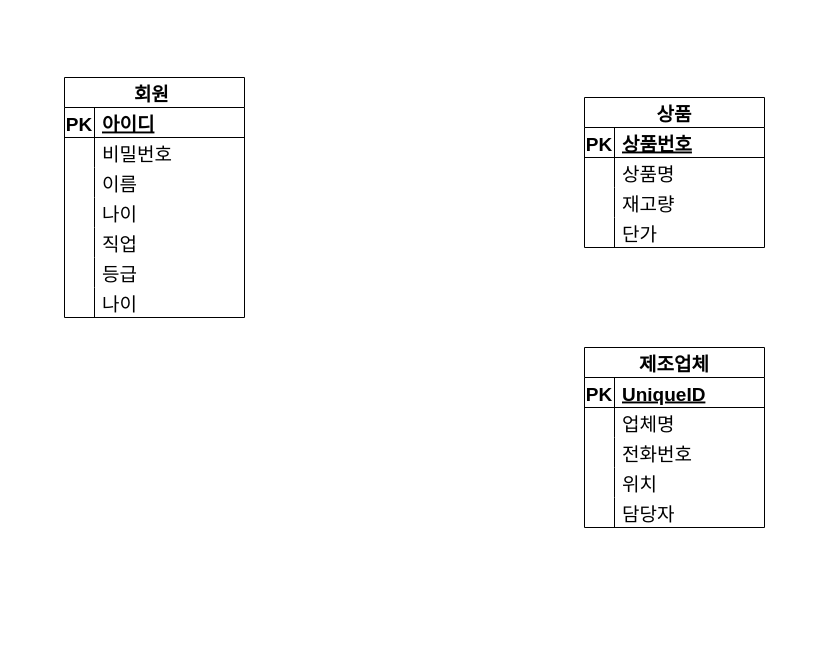
taetaerrr/oraclesource keeps this draw.io diagram as page "Page-2" (2 of 4) of erd/hanbit.drawio. Above is the earlier version. Source tidied: cells renumbered, new cells numbered last; positions are measured from the earlier drawing's top-left corner, leaving out a move shared by most shapes. Both pictures are drawn from the tidied source at 100%, with x=0, y=0 at pixel (64, 77).
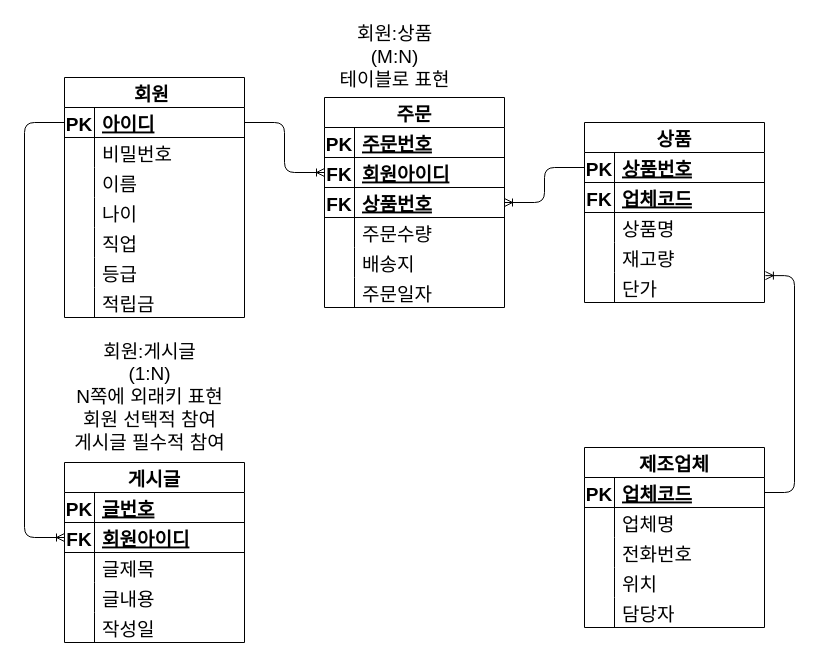
The same diagram, later.

The change refers to these unchanged cells:
```xml
<mxCell id="3" style="shape=tableRow;horizontal=0;startSize=0;swimlaneHead=0;swimlaneBody=0;fillColor=none;points=[[0,0.5],[1,0.5]];portConstraint=eastwest;top=0;left=0;right=0;bottom=1;fontSize=19;" parent="2" vertex="1">
  <mxGeometry y="30" width="180" height="30" as="geometry" />
</mxCell>
<mxCell id="16" style="shape=tableRow;horizontal=0;startSize=0;swimlaneHead=0;swimlaneBody=0;fillColor=none;points=[[0,0.5],[1,0.5]];portConstraint=eastwest;top=0;left=0;right=0;bottom=1;fontSize=19;" parent="15" vertex="1">
  <mxGeometry y="30" width="180" height="30" as="geometry" />
</mxCell>
<mxCell id="34" style="shape=tableRow;horizontal=0;startSize=0;swimlaneHead=0;swimlaneBody=0;fillColor=none;top=0;left=0;right=0;bottom=0;fontSize=19;" parent="15" vertex="1">
  <mxGeometry y="210" width="180" height="30" as="geometry" />
</mxCell>
<mxCell id="38" style="shape=tableRow;horizontal=0;startSize=0;swimlaneHead=0;swimlaneBody=0;fillColor=none;points=[[0,0.5],[1,0.5]];portConstraint=eastwest;top=0;left=0;right=0;bottom=1;fontSize=19;" parent="37" vertex="1">
  <mxGeometry y="30" width="180" height="30" as="geometry" />
</mxCell>
```

The edit, as a diff of the source:
```diff
@@
     <mxCell id="2" value="상품" style="shape=table;startSize=30;childLayout=tableLayout;rowLines=0;fontStyle=1;align=center;fontSize=19;" parent="1" vertex="1">
-      <mxGeometry x="520" y="20" width="180" height="150" as="geometry" />
+      <mxGeometry x="520" y="45" width="180" height="180" as="geometry" />
     </mxCell>
@@
+    <mxCell id="53" style="shape=tableRow;horizontal=0;startSize=0;swimlaneHead=0;swimlaneBody=0;fillColor=none;top=0;left=0;right=0;bottom=1;fontSize=19;" parent="2" vertex="1">
+      <mxGeometry y="60" width="180" height="30" as="geometry" />
+    </mxCell>
+    <mxCell id="54" value="FK" style="shape=partialRectangle;fillColor=none;top=0;left=0;bottom=0;right=0;fontStyle=1;overflow=hidden;fontSize=19;" parent="53" vertex="1">
+      <mxGeometry width="30" height="30" as="geometry" />
+    </mxCell>
+    <mxCell id="55" value="업체코드" style="shape=partialRectangle;fillColor=none;top=0;left=0;bottom=0;right=0;align=left;spacingLeft=6;fontStyle=5;overflow=hidden;fontSize=19;" parent="53" vertex="1">
+      <mxGeometry x="30" width="150" height="30" as="geometry" />
+    </mxCell>
     <mxCell id="6" style="shape=tableRow;horizontal=0;startSize=0;swimlaneHead=0;swimlaneBody=0;fillColor=none;top=0;left=0;right=0;bottom=0;fontSize=19;" parent="2" vertex="1">
-      <mxGeometry y="60" width="180" height="30" as="geometry" />
+      <mxGeometry y="90" width="180" height="30" as="geometry" />
     </mxCell>
@@
     <mxCell id="9" style="shape=tableRow;horizontal=0;startSize=0;swimlaneHead=0;swimlaneBody=0;fillColor=none;top=0;left=0;right=0;bottom=0;fontSize=19;" parent="2" vertex="1">
-      <mxGeometry y="90" width="180" height="30" as="geometry" />
+      <mxGeometry y="120" width="180" height="30" as="geometry" />
     </mxCell>
@@
     <mxCell id="12" style="shape=tableRow;horizontal=0;startSize=0;swimlaneHead=0;swimlaneBody=0;fillColor=none;points=[[0,0.5],[1,0.5]];portConstraint=eastwest;top=0;left=0;right=0;bottom=0;fontSize=19;" parent="2" vertex="1">
-      <mxGeometry y="120" width="180" height="30" as="geometry" />
+      <mxGeometry y="150" width="180" height="30" as="geometry" />
     </mxCell>
@@
-    <mxCell id="36" value="나이" style="shape=partialRectangle;fillColor=none;top=0;left=0;bottom=0;right=0;align=left;spacingLeft=6;overflow=hidden;fontSize=19;" parent="34" vertex="1">
+    <mxCell id="36" value="적립금" style="shape=partialRectangle;fillColor=none;top=0;left=0;bottom=0;right=0;align=left;spacingLeft=6;overflow=hidden;fontSize=19;" parent="34" vertex="1">
       <mxGeometry x="30" width="150" height="30" as="geometry" />
     </mxCell>
     <mxCell id="37" value="제조업체" style="shape=table;startSize=30;childLayout=tableLayout;rowLines=0;fontStyle=1;align=center;fontSize=19;" parent="1" vertex="1">
-      <mxGeometry x="520" y="270" width="180" height="180" as="geometry" />
+      <mxGeometry x="520" y="370" width="180" height="180" as="geometry" />
     </mxCell>
@@
-    <mxCell id="40" value="UniqueID" style="shape=partialRectangle;fillColor=none;top=0;left=0;bottom=0;right=0;align=left;spacingLeft=6;fontStyle=5;overflow=hidden;fontSize=19;" parent="38" vertex="1">
+    <mxCell id="40" value="업체코드" style="shape=partialRectangle;fillColor=none;top=0;left=0;bottom=0;right=0;align=left;spacingLeft=6;fontStyle=5;overflow=hidden;fontSize=19;" parent="38" vertex="1">
       <mxGeometry x="30" width="150" height="30" as="geometry" />
     </mxCell>
@@
+    <mxCell id="56" value="게시글" style="shape=table;startSize=30;childLayout=tableLayout;rowLines=0;fontStyle=1;align=center;fontSize=19;" parent="1" vertex="1">
+      <mxGeometry y="385" width="180" height="180" as="geometry" />
+    </mxCell>
+    <mxCell id="57" style="shape=tableRow;horizontal=0;startSize=0;swimlaneHead=0;swimlaneBody=0;fillColor=none;top=0;left=0;right=0;bottom=1;fontSize=19;" parent="56" vertex="1">
+      <mxGeometry y="30" width="180" height="30" as="geometry" />
+    </mxCell>
+    <mxCell id="58" value="PK" style="shape=partialRectangle;fillColor=none;top=0;left=0;bottom=0;right=0;fontStyle=1;overflow=hidden;fontSize=19;" parent="57" vertex="1">
+      <mxGeometry width="30" height="30" as="geometry" />
+    </mxCell>
+    <mxCell id="59" value="글번호" style="shape=partialRectangle;fillColor=none;top=0;left=0;bottom=0;right=0;align=left;spacingLeft=6;fontStyle=5;overflow=hidden;fontSize=19;" parent="57" vertex="1">
+      <mxGeometry x="30" width="150" height="30" as="geometry" />
+    </mxCell>
+    <mxCell id="60" style="shape=tableRow;horizontal=0;startSize=0;swimlaneHead=0;swimlaneBody=0;fillColor=none;points=[[0,0.5],[1,0.5]];portConstraint=eastwest;top=0;left=0;right=0;bottom=1;fontSize=19;" parent="56" vertex="1">
+      <mxGeometry y="60" width="180" height="30" as="geometry" />
+    </mxCell>
+    <mxCell id="61" value="FK" style="shape=partialRectangle;fillColor=none;top=0;left=0;bottom=0;right=0;fontStyle=1;overflow=hidden;fontSize=19;" parent="60" vertex="1">
+      <mxGeometry width="30" height="30" as="geometry" />
+    </mxCell>
+    <mxCell id="62" value="회원아이디" style="shape=partialRectangle;fillColor=none;top=0;left=0;bottom=0;right=0;align=left;spacingLeft=6;fontStyle=5;overflow=hidden;fontSize=19;" parent="60" vertex="1">
+      <mxGeometry x="30" width="150" height="30" as="geometry" />
+    </mxCell>
+    <mxCell id="63" style="shape=tableRow;horizontal=0;startSize=0;swimlaneHead=0;swimlaneBody=0;fillColor=none;top=0;left=0;right=0;bottom=0;fontSize=19;" parent="56" vertex="1">
+      <mxGeometry y="90" width="180" height="30" as="geometry" />
+    </mxCell>
+    <mxCell id="64" style="shape=partialRectangle;fillColor=none;top=0;left=0;bottom=0;right=0;overflow=hidden;fontSize=19;" parent="63" vertex="1">
+      <mxGeometry width="30" height="30" as="geometry" />
+    </mxCell>
+    <mxCell id="65" value="글제목" style="shape=partialRectangle;fillColor=none;top=0;left=0;bottom=0;right=0;align=left;spacingLeft=6;overflow=hidden;fontSize=19;" parent="63" vertex="1">
+      <mxGeometry x="30" width="150" height="30" as="geometry" />
+    </mxCell>
+    <mxCell id="66" style="shape=tableRow;horizontal=0;startSize=0;swimlaneHead=0;swimlaneBody=0;fillColor=none;top=0;left=0;right=0;bottom=0;fontSize=19;" parent="56" vertex="1">
+      <mxGeometry y="120" width="180" height="30" as="geometry" />
+    </mxCell>
+    <mxCell id="67" style="shape=partialRectangle;fillColor=none;top=0;left=0;bottom=0;right=0;overflow=hidden;fontSize=19;" parent="66" vertex="1">
+      <mxGeometry width="30" height="30" as="geometry" />
+    </mxCell>
+    <mxCell id="68" value="글내용" style="shape=partialRectangle;fillColor=none;top=0;left=0;bottom=0;right=0;align=left;spacingLeft=6;overflow=hidden;fontSize=19;" parent="66" vertex="1">
+      <mxGeometry x="30" width="150" height="30" as="geometry" />
+    </mxCell>
+    <mxCell id="69" style="shape=tableRow;horizontal=0;startSize=0;swimlaneHead=0;swimlaneBody=0;fillColor=none;top=0;left=0;right=0;bottom=0;fontSize=19;" parent="56" vertex="1">
+      <mxGeometry y="150" width="180" height="30" as="geometry" />
+    </mxCell>
+    <mxCell id="70" style="shape=partialRectangle;fillColor=none;top=0;left=0;bottom=0;right=0;overflow=hidden;fontSize=19;" parent="69" vertex="1">
+      <mxGeometry width="30" height="30" as="geometry" />
+    </mxCell>
+    <mxCell id="71" value="작성일" style="shape=partialRectangle;fillColor=none;top=0;left=0;bottom=0;right=0;align=left;spacingLeft=6;overflow=hidden;fontSize=19;" parent="69" vertex="1">
+      <mxGeometry x="30" width="150" height="30" as="geometry" />
+    </mxCell>
+    <mxCell id="72" style="edgeStyle=elbowEdgeStyle;fontSize=12;html=1;endArrow=ERoneToMany;exitX=1;exitY=0.5;exitDx=0;exitDy=0;entryX=1.005;entryY=0.104;entryDx=0;entryDy=0;entryPerimeter=0;" parent="1" edge="1" source="38" target="12">
+      <mxGeometry relative="1" as="geometry">
+        <Array as="points">
+          <mxPoint x="730" y="280" />
+        </Array>
+      </mxGeometry>
+    </mxCell>
+    <mxCell id="73" style="edgeStyle=elbowEdgeStyle;fontSize=12;html=1;endArrow=ERoneToMany;rounded=1;labelBackgroundColor=default;strokeColor=default;fontFamily=Helvetica;fontColor=default;shape=connector;entryX=0;entryY=0.5;entryDx=0;entryDy=0;exitX=0;exitY=0.5;exitDx=0;exitDy=0;" parent="1" edge="1" source="16" target="60">
+      <mxGeometry relative="1" as="geometry">
+        <Array as="points">
+          <mxPoint x="-40" y="280" />
+        </Array>
+      </mxGeometry>
+    </mxCell>
+    <mxCell id="74" value="&lt;font style=&quot;font-size: 19px;&quot;&gt;회원:게시글&lt;br&gt;(1:N)&lt;br&gt;N쪽에 외래키 표현&lt;br&gt;회원 선택적 참여&lt;br&gt;게시글 필수적 참여&lt;/font&gt;" style="text;html=1;align=center;verticalAlign=middle;strokeColor=none;fillColor=none;fontSize=12;fontFamily=Helvetica;fontColor=default;" parent="1" vertex="1">
+      <mxGeometry x="-10" y="255" width="190" height="130" as="geometry" />
+    </mxCell>
+    <mxCell id="75" value="&lt;font style=&quot;font-size: 19px;&quot;&gt;회원:상품&lt;br&gt;(M:N)&lt;br&gt;테이블로 표현&lt;br&gt;&lt;/font&gt;" style="text;html=1;align=center;verticalAlign=middle;strokeColor=none;fillColor=none;fontSize=12;fontFamily=Helvetica;fontColor=default;" parent="1" vertex="1">
+      <mxGeometry x="260" y="-60" width="140" height="80" as="geometry" />
+    </mxCell>
+    <mxCell id="76" value="주문" style="shape=table;startSize=30;childLayout=tableLayout;rowLines=0;fontStyle=1;align=center;fontFamily=Helvetica;fontSize=19;fontColor=default;" parent="1" vertex="1">
+      <mxGeometry x="260" y="20" width="180" height="210" as="geometry" />
+    </mxCell>
+    <mxCell id="77" style="shape=tableRow;horizontal=0;startSize=0;swimlaneHead=0;swimlaneBody=0;fillColor=none;top=0;left=0;right=0;bottom=1;fontFamily=Helvetica;fontSize=19;fontColor=default;" parent="76" vertex="1">
+      <mxGeometry y="30" width="180" height="30" as="geometry" />
+    </mxCell>
+    <mxCell id="78" value="PK" style="shape=partialRectangle;fillColor=none;top=0;left=0;bottom=0;right=0;fontStyle=1;overflow=hidden;fontFamily=Helvetica;fontSize=19;fontColor=default;" parent="77" vertex="1">
+      <mxGeometry width="30" height="30" as="geometry" />
+    </mxCell>
+    <mxCell id="79" value="주문번호" style="shape=partialRectangle;fillColor=none;top=0;left=0;bottom=0;right=0;align=left;spacingLeft=6;fontStyle=5;overflow=hidden;fontFamily=Helvetica;fontSize=19;fontColor=default;" parent="77" vertex="1">
+      <mxGeometry x="30" width="150" height="30" as="geometry" />
+    </mxCell>
+    <mxCell id="80" style="shape=tableRow;horizontal=0;startSize=0;swimlaneHead=0;swimlaneBody=0;fillColor=none;points=[[0,0.5],[1,0.5]];portConstraint=eastwest;top=0;left=0;right=0;bottom=1;fontFamily=Helvetica;fontSize=19;fontColor=default;" parent="76" vertex="1">
+      <mxGeometry y="60" width="180" height="30" as="geometry" />
+    </mxCell>
+    <mxCell id="81" value="FK" style="shape=partialRectangle;fillColor=none;top=0;left=0;bottom=0;right=0;fontStyle=1;overflow=hidden;fontFamily=Helvetica;fontSize=19;fontColor=default;" parent="80" vertex="1">
+      <mxGeometry width="30" height="30" as="geometry" />
+    </mxCell>
+    <mxCell id="82" value="회원아이디" style="shape=partialRectangle;fillColor=none;top=0;left=0;bottom=0;right=0;align=left;spacingLeft=6;fontStyle=5;overflow=hidden;fontFamily=Helvetica;fontSize=19;fontColor=default;" parent="80" vertex="1">
+      <mxGeometry x="30" width="150" height="30" as="geometry" />
+    </mxCell>
+    <mxCell id="83" style="shape=tableRow;horizontal=0;startSize=0;swimlaneHead=0;swimlaneBody=0;fillColor=none;points=[[0,0.5],[1,0.5]];portConstraint=eastwest;top=0;left=0;right=0;bottom=1;fontFamily=Helvetica;fontSize=19;fontColor=default;" parent="76" vertex="1">
+      <mxGeometry y="90" width="180" height="30" as="geometry" />
+    </mxCell>
+    <mxCell id="84" value="FK" style="shape=partialRectangle;fillColor=none;top=0;left=0;bottom=0;right=0;fontStyle=1;overflow=hidden;fontFamily=Helvetica;fontSize=19;fontColor=default;" parent="83" vertex="1">
+      <mxGeometry width="30" height="30" as="geometry" />
+    </mxCell>
+    <mxCell id="85" value="상품번호" style="shape=partialRectangle;fillColor=none;top=0;left=0;bottom=0;right=0;align=left;spacingLeft=6;fontStyle=5;overflow=hidden;fontFamily=Helvetica;fontSize=19;fontColor=default;" parent="83" vertex="1">
+      <mxGeometry x="30" width="150" height="30" as="geometry" />
+    </mxCell>
+    <mxCell id="86" style="shape=tableRow;horizontal=0;startSize=0;swimlaneHead=0;swimlaneBody=0;fillColor=none;top=0;left=0;right=0;bottom=0;fontFamily=Helvetica;fontSize=19;fontColor=default;" parent="76" vertex="1">
+      <mxGeometry y="120" width="180" height="30" as="geometry" />
+    </mxCell>
+    <mxCell id="87" style="shape=partialRectangle;fillColor=none;top=0;left=0;bottom=0;right=0;overflow=hidden;fontFamily=Helvetica;fontSize=19;fontColor=default;" parent="86" vertex="1">
+      <mxGeometry width="30" height="30" as="geometry" />
+    </mxCell>
+    <mxCell id="88" value="주문수량" style="shape=partialRectangle;fillColor=none;top=0;left=0;bottom=0;right=0;align=left;spacingLeft=6;overflow=hidden;fontFamily=Helvetica;fontSize=19;fontColor=default;" parent="86" vertex="1">
+      <mxGeometry x="30" width="150" height="30" as="geometry" />
+    </mxCell>
+    <mxCell id="89" style="shape=tableRow;horizontal=0;startSize=0;swimlaneHead=0;swimlaneBody=0;fillColor=none;top=0;left=0;right=0;bottom=0;fontFamily=Helvetica;fontSize=19;fontColor=default;" parent="76" vertex="1">
+      <mxGeometry y="150" width="180" height="30" as="geometry" />
+    </mxCell>
+    <mxCell id="90" style="shape=partialRectangle;fillColor=none;top=0;left=0;bottom=0;right=0;overflow=hidden;fontFamily=Helvetica;fontSize=19;fontColor=default;" parent="89" vertex="1">
+      <mxGeometry width="30" height="30" as="geometry" />
+    </mxCell>
+    <mxCell id="91" value="배송지" style="shape=partialRectangle;fillColor=none;top=0;left=0;bottom=0;right=0;align=left;spacingLeft=6;overflow=hidden;fontFamily=Helvetica;fontSize=19;fontColor=default;" parent="89" vertex="1">
+      <mxGeometry x="30" width="150" height="30" as="geometry" />
+    </mxCell>
+    <mxCell id="92" style="shape=tableRow;horizontal=0;startSize=0;swimlaneHead=0;swimlaneBody=0;fillColor=none;top=0;left=0;right=0;bottom=0;fontFamily=Helvetica;fontSize=19;fontColor=default;" parent="76" vertex="1">
+      <mxGeometry y="180" width="180" height="30" as="geometry" />
+    </mxCell>
+    <mxCell id="93" style="shape=partialRectangle;fillColor=none;top=0;left=0;bottom=0;right=0;overflow=hidden;fontFamily=Helvetica;fontSize=19;fontColor=default;" parent="92" vertex="1">
+      <mxGeometry width="30" height="30" as="geometry" />
+    </mxCell>
+    <mxCell id="94" value="주문일자" style="shape=partialRectangle;fillColor=none;top=0;left=0;bottom=0;right=0;align=left;spacingLeft=6;overflow=hidden;fontFamily=Helvetica;fontSize=19;fontColor=default;" parent="92" vertex="1">
+      <mxGeometry x="30" width="150" height="30" as="geometry" />
+    </mxCell>
+    <mxCell id="95" style="edgeStyle=elbowEdgeStyle;fontSize=12;html=1;endArrow=ERoneToMany;rounded=1;labelBackgroundColor=default;strokeColor=default;fontFamily=Helvetica;fontColor=default;shape=connector;entryX=0;entryY=0.5;entryDx=0;entryDy=0;exitX=1;exitY=0.5;exitDx=0;exitDy=0;" parent="1" edge="1" source="16" target="80">
+      <mxGeometry relative="1" as="geometry" />
+    </mxCell>
+    <mxCell id="96" style="fontSize=12;html=1;endArrow=ERoneToMany;rounded=1;labelBackgroundColor=default;strokeColor=default;fontFamily=Helvetica;fontColor=default;shape=connector;exitX=0;exitY=0.5;exitDx=0;exitDy=0;entryX=1;entryY=0.5;entryDx=0;entryDy=0;edgeStyle=elbowEdgeStyle;" parent="1" edge="1" source="3" target="83">
+      <mxGeometry relative="1" as="geometry" />
+    </mxCell>
```
